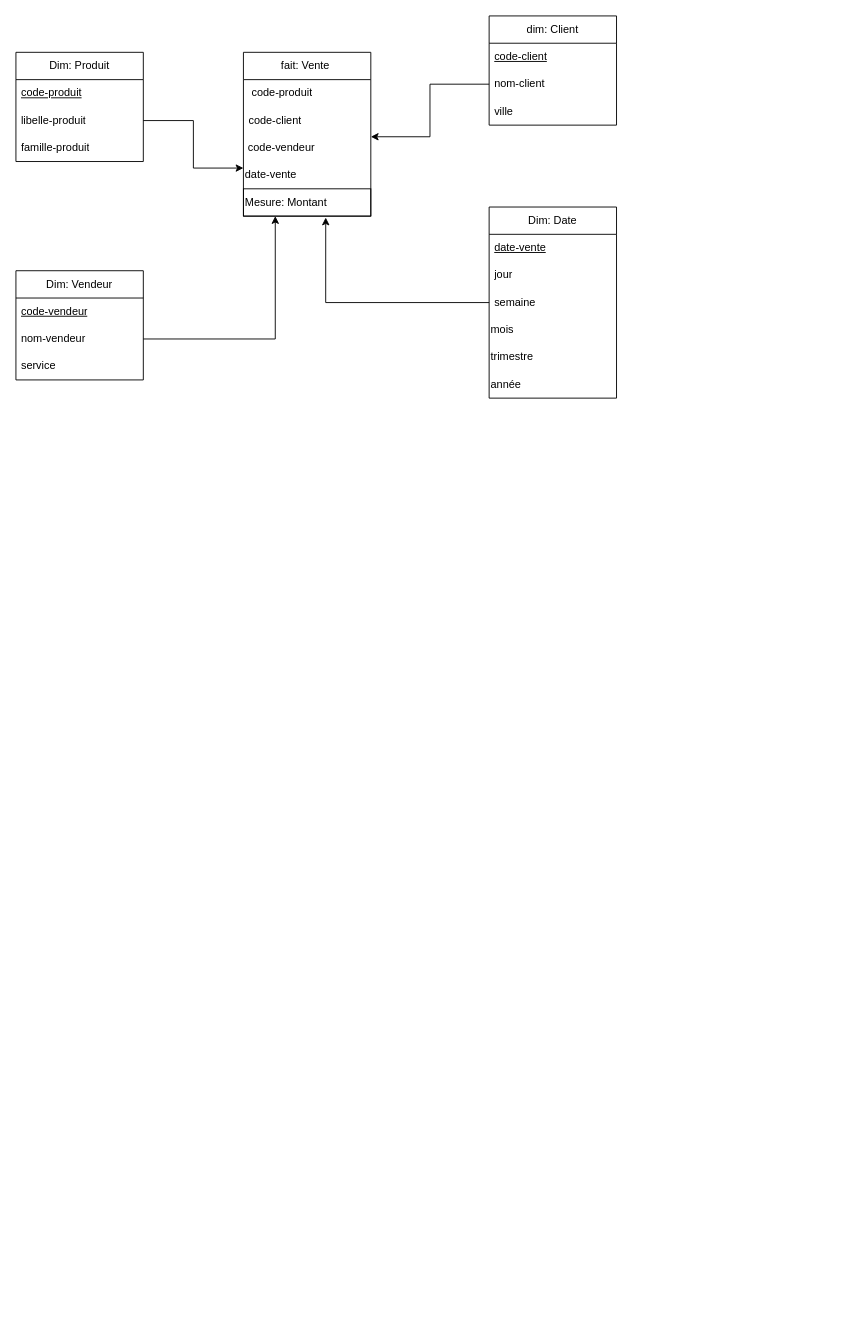
Above: Untitled Diagram.drawio in khaoulaa5/khaoula-Aguabdre- (draw.io), before the change. Source tidied: cells renumbered, new cells numbered last; positions are measured from the earlier drawing's top-left corner, leaving out a move shared by most shapes. Both pictures are drawn from the tidied source at 91%, with x=0, y=0 at pixel (15, 15).
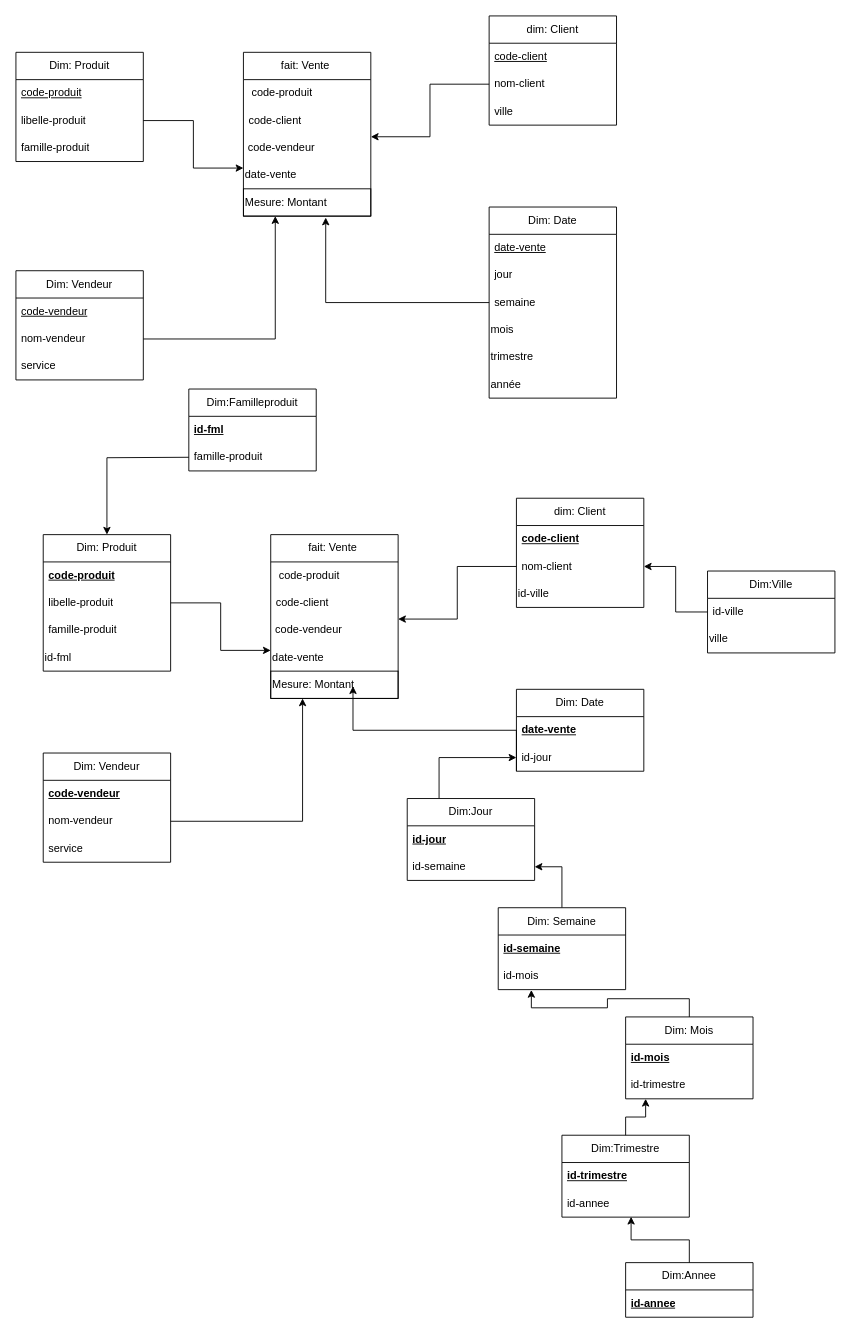
The same page after the edit.

What changed in the source:
```diff
@@
+    <mxCell id="31" value="fait: Vente&amp;nbsp;" style="swimlane;fontStyle=0;horizontal=1;startSize=30;whiteSpace=wrap;html=1;" parent="1" vertex="1">
+      <mxGeometry x="280" y="570" width="140" height="180" as="geometry" />
+    </mxCell>
+    <mxCell id="32" value="&amp;nbsp;code-produit" style="text;strokeColor=none;fillColor=none;align=left;verticalAlign=middle;spacingLeft=4;spacingRight=4;overflow=hidden;whiteSpace=wrap;html=1;" parent="31" vertex="1">
+      <mxGeometry y="30" width="140" height="30" as="geometry" />
+    </mxCell>
+    <mxCell id="33" value="code-client" style="text;strokeColor=none;fillColor=none;align=left;verticalAlign=middle;spacingLeft=4;spacingRight=4;overflow=hidden;whiteSpace=wrap;html=1;" parent="31" vertex="1">
+      <mxGeometry y="60" width="140" height="30" as="geometry" />
+    </mxCell>
+    <mxCell id="34" value="&amp;nbsp;code-vendeur" style="text;html=1;align=left;verticalAlign=middle;points=[];strokeColor=none;fillColor=none;" parent="31" vertex="1">
+      <mxGeometry y="90" width="140" height="30" as="geometry" />
+    </mxCell>
+    <mxCell id="35" value="date-vente" style="text;html=1;align=left;verticalAlign=middle;points=[];strokeColor=none;fillColor=none;" parent="31" vertex="1">
+      <mxGeometry y="120" width="140" height="30" as="geometry" />
+    </mxCell>
+    <mxCell id="36" value="Mesure: Montant" style="text;html=1;align=left;verticalAlign=middle;whiteSpace=wrap;rounded=0;strokeColor=default;" parent="31" vertex="1">
+      <mxGeometry y="150" width="140" height="30" as="geometry" />
+    </mxCell>
+    <mxCell id="37" value="Dim: Produit" style="swimlane;fontStyle=0;horizontal=1;startSize=30;whiteSpace=wrap;html=1;" parent="1" vertex="1">
+      <mxGeometry x="30" y="570" width="140" height="150" as="geometry" />
+    </mxCell>
+    <mxCell id="38" value="&lt;u&gt;&lt;b&gt;code-produit&lt;/b&gt;&lt;/u&gt;" style="text;strokeColor=none;fillColor=none;align=left;verticalAlign=middle;spacingLeft=4;spacingRight=4;overflow=hidden;whiteSpace=wrap;html=1;" parent="37" vertex="1">
+      <mxGeometry y="30" width="140" height="30" as="geometry" />
+    </mxCell>
+    <mxCell id="39" value="libelle-produit" style="text;strokeColor=none;fillColor=none;align=left;verticalAlign=middle;spacingLeft=4;spacingRight=4;overflow=hidden;points=[[0,0.5],[1,0.5]];portConstraint=eastwest;whiteSpace=wrap;html=1;" parent="37" vertex="1">
+      <mxGeometry y="60" width="140" height="30" as="geometry" />
+    </mxCell>
+    <mxCell id="40" value="famille-produit" style="text;strokeColor=none;fillColor=none;align=left;verticalAlign=middle;spacingLeft=4;spacingRight=4;overflow=hidden;whiteSpace=wrap;html=1;" parent="37" vertex="1">
+      <mxGeometry y="90" width="140" height="30" as="geometry" />
+    </mxCell>
+    <mxCell id="41" value="id-fml" style="text;html=1;align=left;verticalAlign=middle;whiteSpace=wrap;rounded=0;" parent="37" vertex="1">
+      <mxGeometry y="120" width="140" height="30" as="geometry" />
+    </mxCell>
+    <mxCell id="42" value="dim: Client" style="swimlane;fontStyle=0;horizontal=1;startSize=30;whiteSpace=wrap;html=1;" parent="1" vertex="1">
+      <mxGeometry x="550" y="530" width="140" height="120" as="geometry" />
+    </mxCell>
+    <mxCell id="43" value="&lt;u&gt;&lt;b&gt;code-client&lt;/b&gt;&lt;/u&gt;" style="text;strokeColor=none;fillColor=none;align=left;verticalAlign=middle;spacingLeft=4;spacingRight=4;overflow=hidden;whiteSpace=wrap;html=1;" parent="42" vertex="1">
+      <mxGeometry y="30" width="140" height="30" as="geometry" />
+    </mxCell>
+    <mxCell id="44" value="nom-client&amp;nbsp;" style="text;strokeColor=none;fillColor=none;align=left;verticalAlign=middle;spacingLeft=4;spacingRight=4;overflow=hidden;points=[[0,0.5],[1,0.5]];portConstraint=eastwest;whiteSpace=wrap;html=1;" parent="42" vertex="1">
+      <mxGeometry y="60" width="140" height="30" as="geometry" />
+    </mxCell>
+    <mxCell id="45" value="id-ville" style="text;html=1;align=left;verticalAlign=middle;whiteSpace=wrap;rounded=0;" parent="42" vertex="1">
+      <mxGeometry y="90" width="140" height="30" as="geometry" />
+    </mxCell>
+    <mxCell id="46" value="Dim: Vendeur" style="swimlane;fontStyle=0;horizontal=1;startSize=30;whiteSpace=wrap;html=1;" parent="1" vertex="1">
+      <mxGeometry x="30" y="810" width="140" height="120" as="geometry" />
+    </mxCell>
+    <mxCell id="47" value="&lt;u&gt;&lt;b&gt;code-vendeur&lt;/b&gt;&lt;/u&gt;" style="text;strokeColor=none;fillColor=none;align=left;verticalAlign=middle;spacingLeft=4;spacingRight=4;overflow=hidden;whiteSpace=wrap;html=1;" parent="46" vertex="1">
+      <mxGeometry y="30" width="140" height="30" as="geometry" />
+    </mxCell>
+    <mxCell id="48" value="nom-vendeur" style="text;strokeColor=none;fillColor=none;align=left;verticalAlign=middle;spacingLeft=4;spacingRight=4;overflow=hidden;points=[[0,0.5],[1,0.5]];portConstraint=eastwest;whiteSpace=wrap;html=1;" parent="46" vertex="1">
+      <mxGeometry y="60" width="140" height="30" as="geometry" />
+    </mxCell>
+    <mxCell id="49" value="service" style="text;strokeColor=none;fillColor=none;align=left;verticalAlign=middle;spacingLeft=4;spacingRight=4;overflow=hidden;whiteSpace=wrap;html=1;" parent="46" vertex="1">
+      <mxGeometry y="90" width="140" height="30" as="geometry" />
+    </mxCell>
+    <mxCell id="50" value="Dim: Date" style="swimlane;fontStyle=0;horizontal=1;startSize=30;whiteSpace=wrap;html=1;" parent="1" vertex="1">
+      <mxGeometry x="550" y="740" width="140" height="90" as="geometry" />
+    </mxCell>
+    <mxCell id="51" value="&lt;u&gt;&lt;b&gt;date-vente&lt;/b&gt;&lt;/u&gt;" style="text;strokeColor=none;fillColor=none;align=left;verticalAlign=middle;spacingLeft=4;spacingRight=4;overflow=hidden;whiteSpace=wrap;html=1;" parent="50" vertex="1">
+      <mxGeometry y="30" width="140" height="30" as="geometry" />
+    </mxCell>
+    <mxCell id="52" value="id-jour" style="text;strokeColor=none;fillColor=none;align=left;verticalAlign=middle;spacingLeft=4;spacingRight=4;overflow=hidden;points=[[0,0.5],[1,0.5]];portConstraint=eastwest;whiteSpace=wrap;html=1;" parent="50" vertex="1">
+      <mxGeometry y="60" width="140" height="30" as="geometry" />
+    </mxCell>
+    <mxCell id="53" style="edgeStyle=orthogonalEdgeStyle;rounded=0;jettySize=auto;html=1;exitX=1;exitY=0.5;exitDx=0;exitDy=0;entryX=0;entryY=0.24;entryDx=0;entryDy=0;entryPerimeter=0;" parent="1" edge="1" source="39" target="35">
+      <mxGeometry relative="1" as="geometry" />
+    </mxCell>
+    <mxCell id="54" style="edgeStyle=orthogonalEdgeStyle;rounded=0;jettySize=auto;html=1;exitX=1;exitY=0.5;exitDx=0;exitDy=0;entryX=0.25;entryY=1;entryDx=0;entryDy=0;" parent="1" edge="1" source="48" target="36">
+      <mxGeometry relative="1" as="geometry" />
+    </mxCell>
+    <mxCell id="55" style="edgeStyle=orthogonalEdgeStyle;rounded=0;orthogonalLoop=1;jettySize=auto;html=1;exitX=0;exitY=0.5;exitDx=0;exitDy=0;entryX=0.646;entryY=1.053;entryDx=0;entryDy=0;entryPerimeter=0;" parent="1" edge="1">
+      <mxGeometry relative="1" as="geometry">
+        <mxPoint x="550" y="830" as="sourcePoint" />
+        <mxPoint x="370.4" y="736.6" as="targetPoint" />
+        <Array as="points">
+          <mxPoint x="550" y="785" />
+          <mxPoint x="370" y="785" />
+        </Array>
+      </mxGeometry>
+    </mxCell>
+    <mxCell id="56" style="edgeStyle=orthogonalEdgeStyle;rounded=0;jettySize=auto;html=1;exitX=0;exitY=0.5;exitDx=0;exitDy=0;entryX=1;entryY=0.093;entryDx=0;entryDy=0;entryPerimeter=0;" parent="1" edge="1" source="44" target="34">
+      <mxGeometry relative="1" as="geometry" />
+    </mxCell>
+    <mxCell id="57" style="edgeStyle=orthogonalEdgeStyle;rounded=0;jettySize=auto;html=1;exitX=0.25;exitY=0;exitDx=0;exitDy=0;" parent="1" edge="1" source="58" target="52">
+      <mxGeometry relative="1" as="geometry" />
+    </mxCell>
+    <mxCell id="58" value="Dim:Jour" style="swimlane;fontStyle=0;horizontal=1;startSize=30;whiteSpace=wrap;html=1;" parent="1" vertex="1">
+      <mxGeometry x="430" y="860" width="140" height="90" as="geometry" />
+    </mxCell>
+    <mxCell id="59" value="&lt;b&gt;&lt;u&gt;id-jour&lt;/u&gt;&lt;/b&gt;" style="text;strokeColor=none;fillColor=none;align=left;verticalAlign=middle;spacingLeft=4;spacingRight=4;overflow=hidden;whiteSpace=wrap;html=1;" parent="58" vertex="1">
+      <mxGeometry y="30" width="140" height="30" as="geometry" />
+    </mxCell>
+    <mxCell id="60" value="id-semaine" style="text;strokeColor=none;fillColor=none;align=left;verticalAlign=middle;spacingLeft=4;spacingRight=4;overflow=hidden;points=[[0,0.5],[1,0.5]];portConstraint=eastwest;whiteSpace=wrap;html=1;" parent="58" vertex="1">
+      <mxGeometry y="60" width="140" height="30" as="geometry" />
+    </mxCell>
+    <mxCell id="61" value="Dim:Familleproduit" style="swimlane;fontStyle=0;horizontal=1;startSize=30;whiteSpace=wrap;html=1;" parent="1" vertex="1">
+      <mxGeometry x="190" y="410" width="140" height="90" as="geometry" />
+    </mxCell>
+    <mxCell id="62" value="&lt;b&gt;&lt;u&gt;id-fml&lt;/u&gt;&lt;/b&gt;" style="text;strokeColor=none;fillColor=none;align=left;verticalAlign=middle;spacingLeft=4;spacingRight=4;overflow=hidden;whiteSpace=wrap;html=1;" parent="61" vertex="1">
+      <mxGeometry y="30" width="140" height="30" as="geometry" />
+    </mxCell>
+    <mxCell id="63" value="famille-produit" style="text;strokeColor=none;fillColor=none;align=left;verticalAlign=middle;spacingLeft=4;spacingRight=4;overflow=hidden;whiteSpace=wrap;html=1;" parent="61" vertex="1">
+      <mxGeometry y="60" width="140" height="30" as="geometry" />
+    </mxCell>
+    <mxCell id="64" style="edgeStyle=orthogonalEdgeStyle;rounded=0;jettySize=auto;html=1;exitX=0;exitY=0.5;exitDx=0;exitDy=0;" parent="1" edge="1" target="37">
+      <mxGeometry relative="1" as="geometry">
+        <mxPoint x="190" y="485" as="sourcePoint" />
+      </mxGeometry>
+    </mxCell>
+    <mxCell id="65" value="Dim:Ville" style="swimlane;fontStyle=0;horizontal=1;startSize=30;whiteSpace=wrap;html=1;" parent="1" vertex="1">
+      <mxGeometry x="760" y="610" width="140" height="90" as="geometry" />
+    </mxCell>
+    <mxCell id="66" value="id-ville" style="text;strokeColor=none;fillColor=none;align=left;verticalAlign=middle;spacingLeft=4;spacingRight=4;overflow=hidden;points=[[0,0.5],[1,0.5]];portConstraint=eastwest;whiteSpace=wrap;html=1;" parent="65" vertex="1">
+      <mxGeometry y="30" width="140" height="30" as="geometry" />
+    </mxCell>
+    <mxCell id="67" value="ville" style="text;html=1;align=left;verticalAlign=middle;whiteSpace=wrap;rounded=0;" parent="65" vertex="1">
+      <mxGeometry y="60" width="140" height="30" as="geometry" />
+    </mxCell>
+    <mxCell id="68" style="edgeStyle=orthogonalEdgeStyle;rounded=0;jettySize=auto;html=1;exitX=0;exitY=0.5;exitDx=0;exitDy=0;entryX=1;entryY=0.5;entryDx=0;entryDy=0;" parent="1" edge="1" source="66" target="44">
+      <mxGeometry relative="1" as="geometry" />
+    </mxCell>
+    <mxCell id="69" style="edgeStyle=orthogonalEdgeStyle;rounded=0;jettySize=auto;html=1;exitX=0.5;exitY=0;exitDx=0;exitDy=0;entryX=1;entryY=0.5;entryDx=0;entryDy=0;" parent="1" edge="1" source="70" target="60">
+      <mxGeometry relative="1" as="geometry" />
+    </mxCell>
+    <mxCell id="70" value="Dim: Semaine" style="swimlane;fontStyle=0;horizontal=1;startSize=30;whiteSpace=wrap;html=1;" parent="1" vertex="1">
+      <mxGeometry x="530" y="980" width="140" height="90" as="geometry" />
+    </mxCell>
+    <mxCell id="71" value="&lt;b&gt;&lt;u style=&quot;&quot;&gt;id-semaine&lt;/u&gt;&lt;/b&gt;" style="text;strokeColor=none;fillColor=none;align=left;verticalAlign=middle;spacingLeft=4;spacingRight=4;overflow=hidden;whiteSpace=wrap;html=1;" parent="70" vertex="1">
+      <mxGeometry y="30" width="140" height="30" as="geometry" />
+    </mxCell>
+    <mxCell id="72" value="id-mois" style="text;strokeColor=none;fillColor=none;align=left;verticalAlign=middle;spacingLeft=4;spacingRight=4;overflow=hidden;points=[[0,0.5],[1,0.5]];portConstraint=eastwest;whiteSpace=wrap;html=1;" parent="70" vertex="1">
+      <mxGeometry y="60" width="140" height="30" as="geometry" />
+    </mxCell>
+    <mxCell id="73" value="Dim: Mois" style="swimlane;fontStyle=0;horizontal=1;startSize=30;whiteSpace=wrap;html=1;" parent="1" vertex="1">
+      <mxGeometry x="670" y="1100" width="140" height="90" as="geometry" />
+    </mxCell>
+    <mxCell id="74" value="&lt;b style=&quot;&quot;&gt;&lt;u style=&quot;&quot;&gt;id-mois&lt;/u&gt;&lt;/b&gt;" style="text;strokeColor=none;fillColor=none;align=left;verticalAlign=middle;spacingLeft=4;spacingRight=4;overflow=hidden;whiteSpace=wrap;html=1;" parent="73" vertex="1">
+      <mxGeometry y="30" width="140" height="30" as="geometry" />
+    </mxCell>
+    <mxCell id="75" value="id-trimestre" style="text;strokeColor=none;fillColor=none;align=left;verticalAlign=middle;spacingLeft=4;spacingRight=4;overflow=hidden;points=[[0,0.5],[1,0.5]];portConstraint=eastwest;whiteSpace=wrap;html=1;" parent="73" vertex="1">
+      <mxGeometry y="60" width="140" height="30" as="geometry" />
+    </mxCell>
+    <mxCell id="76" value="Dim:Trimestre" style="swimlane;fontStyle=0;horizontal=1;startSize=30;whiteSpace=wrap;html=1;" parent="1" vertex="1">
+      <mxGeometry x="600" y="1230" width="140" height="90" as="geometry" />
+    </mxCell>
+    <mxCell id="77" value="&lt;b&gt;&lt;u&gt;id-trimestre&lt;/u&gt;&lt;/b&gt;" style="text;strokeColor=none;fillColor=none;align=left;verticalAlign=middle;spacingLeft=4;spacingRight=4;overflow=hidden;whiteSpace=wrap;html=1;" parent="76" vertex="1">
+      <mxGeometry y="30" width="140" height="30" as="geometry" />
+    </mxCell>
+    <mxCell id="78" value="id-annee" style="text;strokeColor=none;fillColor=none;align=left;verticalAlign=middle;spacingLeft=4;spacingRight=4;overflow=hidden;points=[[0,0.5],[1,0.5]];portConstraint=eastwest;whiteSpace=wrap;html=1;" parent="76" vertex="1">
+      <mxGeometry y="60" width="140" height="30" as="geometry" />
+    </mxCell>
+    <mxCell id="79" value="Dim:Annee" style="swimlane;fontStyle=0;horizontal=1;startSize=30;whiteSpace=wrap;html=1;" parent="1" vertex="1">
+      <mxGeometry x="670" y="1370" width="140" height="60" as="geometry" />
+    </mxCell>
+    <mxCell id="80" value="&lt;b&gt;&lt;u&gt;id-annee&lt;/u&gt;&lt;/b&gt;" style="text;strokeColor=none;fillColor=none;align=left;verticalAlign=middle;spacingLeft=4;spacingRight=4;overflow=hidden;whiteSpace=wrap;html=1;" parent="79" vertex="1">
+      <mxGeometry y="30" width="140" height="30" as="geometry" />
+    </mxCell>
+    <mxCell id="81" style="edgeStyle=orthogonalEdgeStyle;rounded=0;jettySize=auto;html=1;exitX=0.5;exitY=0;exitDx=0;exitDy=0;entryX=0.543;entryY=0.987;entryDx=0;entryDy=0;entryPerimeter=0;" parent="1" edge="1" source="79" target="78">
+      <mxGeometry relative="1" as="geometry" />
+    </mxCell>
+    <mxCell id="82" style="edgeStyle=orthogonalEdgeStyle;rounded=0;jettySize=auto;html=1;exitX=0.5;exitY=0;exitDx=0;exitDy=0;entryX=0.157;entryY=1;entryDx=0;entryDy=0;entryPerimeter=0;" parent="1" edge="1" source="76" target="75">
+      <mxGeometry relative="1" as="geometry" />
+    </mxCell>
+    <mxCell id="83" style="edgeStyle=orthogonalEdgeStyle;rounded=0;jettySize=auto;html=1;exitX=0.5;exitY=0;exitDx=0;exitDy=0;entryX=0.26;entryY=1.013;entryDx=0;entryDy=0;entryPerimeter=0;" parent="1" edge="1" source="73" target="72">
+      <mxGeometry relative="1" as="geometry" />
+    </mxCell>
```
